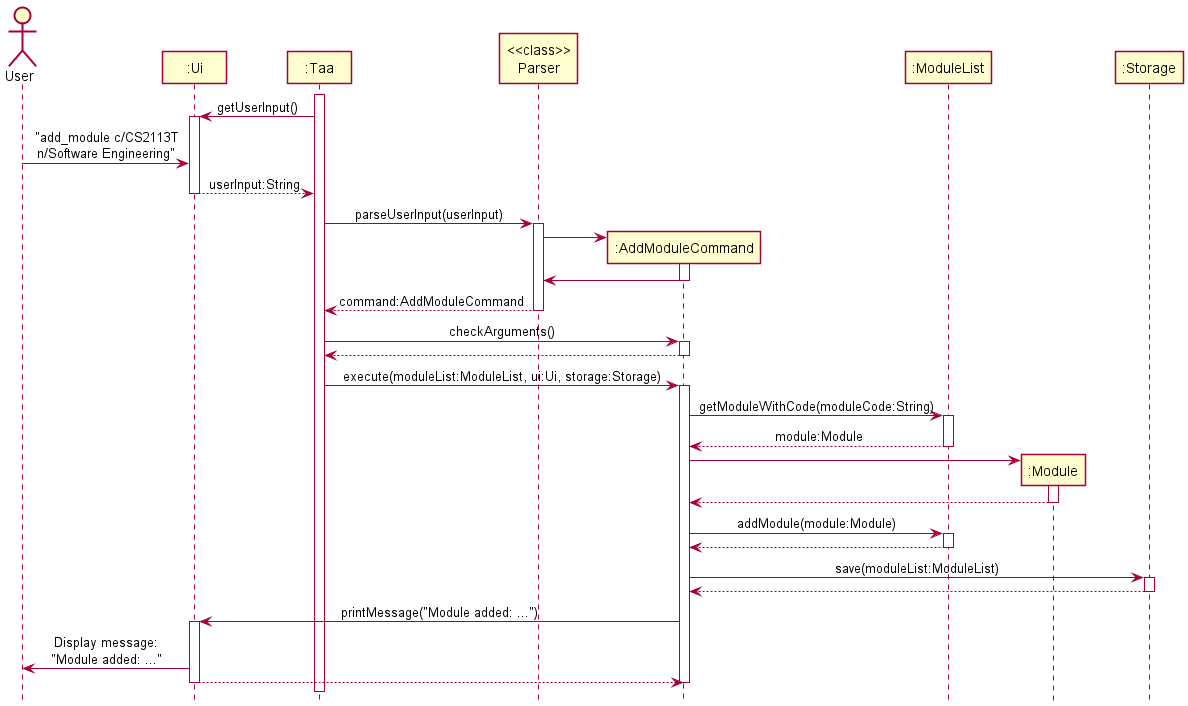
nus-cs2113-AY2122S1/tp keeps this PlantUML diagram as docs/diagrams/AddModuleSequenceDiagram.png. Above is the earlier version. The source it was exported from:
```plantuml
@startuml
!include style.puml

Actor User as user
Participant ":Ui" as ui
Participant ":Taa" as taa
Participant "<<class>>\nParser" as parser
Participant ":AddModuleCommand" as addModuleCommand
Participant ":ModuleList" as moduleList
Participant ":Module" as module
Participant ":Storage" as storage

activate taa

taa -> ui : getUserInput()
activate ui

user -> ui : "add_module c/CS2113T\nn/Software Engineering"
ui --> taa : userInput:String
deactivate ui

taa -> parser : parseUserInput(userInput)
activate parser

create addModuleCommand
parser -> addModuleCommand
activate addModuleCommand
addModuleCommand -> parser
deactivate addModuleCommand

parser --> taa : command:AddModuleCommand
deactivate parser

taa -> addModuleCommand : checkArguments()
activate addModuleCommand

addModuleCommand --> taa
deactivate addModuleCommand

taa -> addModuleCommand : execute(moduleList:ModuleList, ui:Ui, storage:Storage)
activate addModuleCommand

addModuleCommand -> moduleList : getModuleWithCode(moduleCode:String)
activate moduleList

moduleList --> addModuleCommand : module:Module
deactivate moduleList

create module
addModuleCommand -> module
activate module
module --> addModuleCommand
deactivate module

addModuleCommand -> moduleList : addModule(module:Module)
activate moduleList
moduleList --> addModuleCommand
deactivate moduleList

addModuleCommand -> storage : save(moduleList:ModuleList)
activate storage
storage --> addModuleCommand
deactivate storage

addModuleCommand -> ui : printMessage("Module added: ...")
activate ui
ui -> user : Display message:\n"Module added: ..."
ui --> addModuleCommand
deactivate ui

deactivate addModuleCommand

@enduml
```
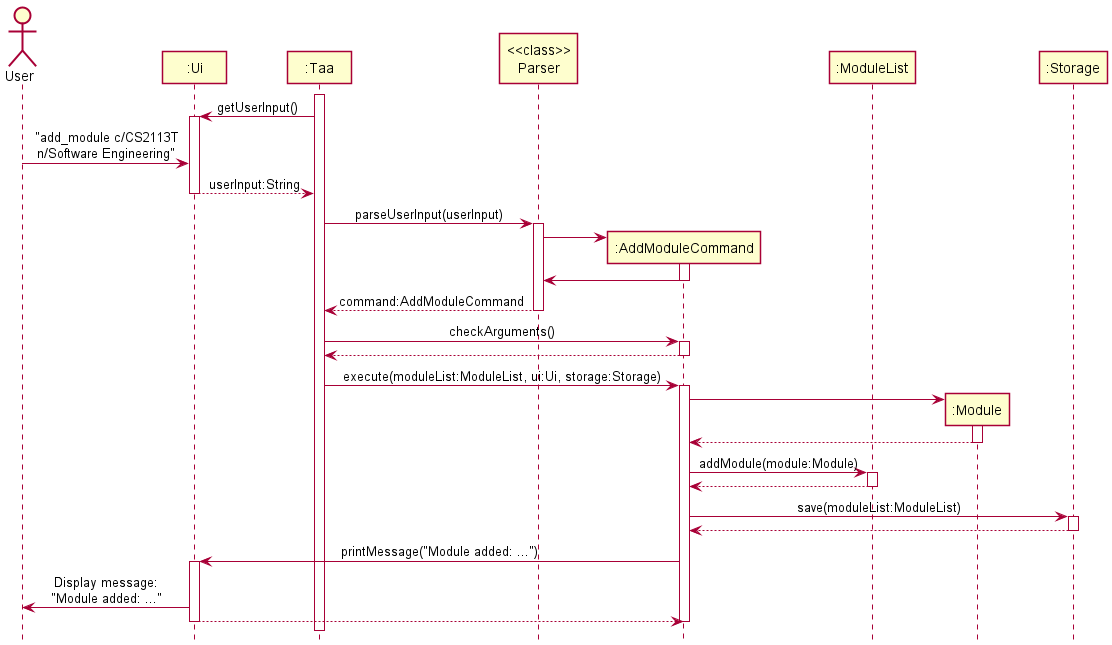
Above is the later version.

Commit message:
Remove less important details in AddModuleSequenceDiagram

What changed in the source:
```diff
@@ -40,12 +40,6 @@
 taa -> addModuleCommand : execute(moduleList:ModuleList, ui:Ui, storage:Storage)
 activate addModuleCommand
 
-addModuleCommand -> moduleList : getModuleWithCode(moduleCode:String)
-activate moduleList
-
-moduleList --> addModuleCommand : module:Module
-deactivate moduleList
-
 create module
 addModuleCommand -> module
 activate module
```
